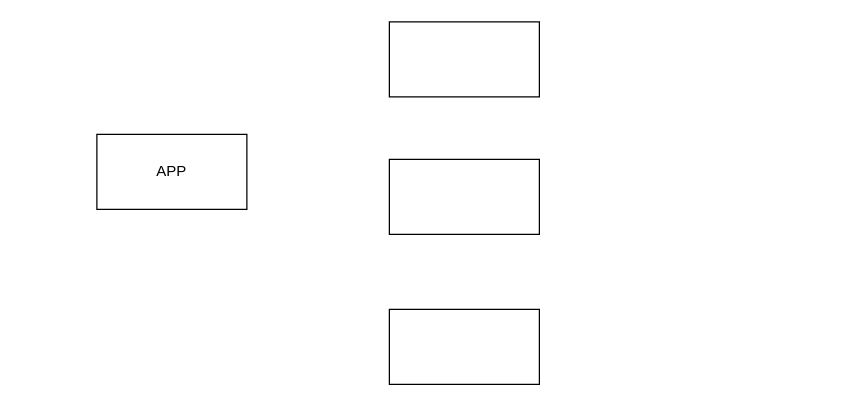
This is pkfare/book-refactor/未命名绘图.drawio from zhangweixin/design-diagram, a draw.io file, before an edit. Source tidied: cells renumbered, new cells numbered last; positions are measured from the earlier drawing's top-left corner, leaving out a move shared by most shapes. Both pictures are drawn from the tidied source at 125%, with x=0, y=0 at pixel (96, 21).
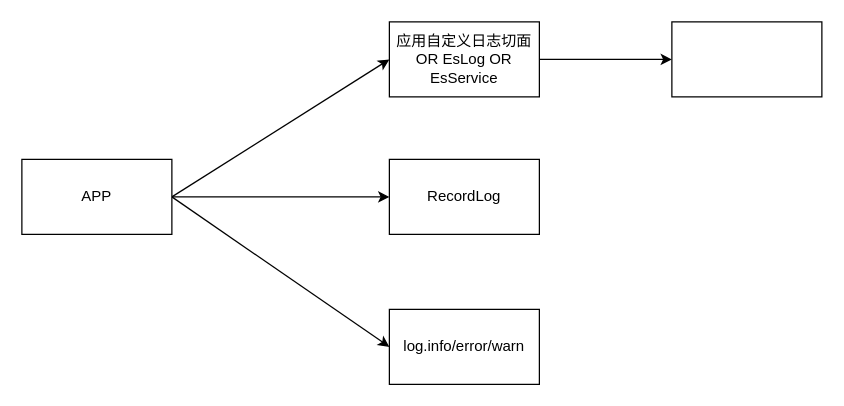
Above is the later version.

Commit message (it also covers changes not shown here):
更新未命名绘图.drawio

The edit, as a diff of the source:
```diff
@@
 <mxGraphModel>
   <root>
     <mxCell id="0" />
     <mxCell id="1" parent="0" />
+    <mxCell id="6" style="rounded=0;jettySize=auto;html=1;exitX=1;exitY=0.5;exitDx=0;exitDy=0;entryX=0;entryY=0.5;entryDx=0;entryDy=0;" parent="1" edge="1" source="2" target="3">
+      <mxGeometry relative="1" as="geometry" />
+    </mxCell>
+    <mxCell id="7" style="edgeStyle=none;rounded=0;jettySize=auto;html=1;exitX=1;exitY=0.5;exitDx=0;exitDy=0;entryX=0;entryY=0.5;entryDx=0;entryDy=0;" parent="1" edge="1" source="2" target="4">
+      <mxGeometry relative="1" as="geometry" />
+    </mxCell>
+    <mxCell id="8" style="edgeStyle=none;rounded=0;jettySize=auto;html=1;exitX=1;exitY=0.5;exitDx=0;exitDy=0;entryX=0;entryY=0.5;entryDx=0;entryDy=0;" parent="1" edge="1" source="2" target="5">
+      <mxGeometry relative="1" as="geometry" />
+    </mxCell>
     <mxCell id="2" value="APP" style="rounded=0;whiteSpace=wrap;html=1;" parent="1" vertex="1">
-      <mxGeometry y="90" width="120" height="60" as="geometry" />
+      <mxGeometry x="-60" y="110" width="120" height="60" as="geometry" />
     </mxCell>
+    <mxCell id="9" style="edgeStyle=none;rounded=0;jettySize=auto;html=1;" parent="1" edge="1" source="3" target="10">
+      <mxGeometry relative="1" as="geometry" />
+    </mxCell>
-    <mxCell id="3" style="rounded=0;whiteSpace=wrap;html=1;" parent="1" vertex="1">
+    <mxCell id="3" value="应用自定义日志切面 OR EsLog OR EsService" style="rounded=0;whiteSpace=wrap;html=1;" parent="1" vertex="1">
       <mxGeometry x="234" width="120" height="60" as="geometry" />
     </mxCell>
-    <mxCell id="4" style="rounded=0;whiteSpace=wrap;html=1;" parent="1" vertex="1">
+    <mxCell id="4" value="RecordLog" style="rounded=0;whiteSpace=wrap;html=1;" parent="1" vertex="1">
       <mxGeometry x="234" y="110" width="120" height="60" as="geometry" />
     </mxCell>
-    <mxCell id="5" style="rounded=0;whiteSpace=wrap;html=1;" parent="1" vertex="1">
+    <mxCell id="5" value="log.info/error/warn" style="rounded=0;whiteSpace=wrap;html=1;" parent="1" vertex="1">
       <mxGeometry x="234" y="230" width="120" height="60" as="geometry" />
     </mxCell>
+    <mxCell id="10" style="whiteSpace=wrap;html=1;rounded=0;" parent="1" vertex="1">
+      <mxGeometry x="460" width="120" height="60" as="geometry" />
+    </mxCell>
   </root>
 </mxGraphModel>
```
